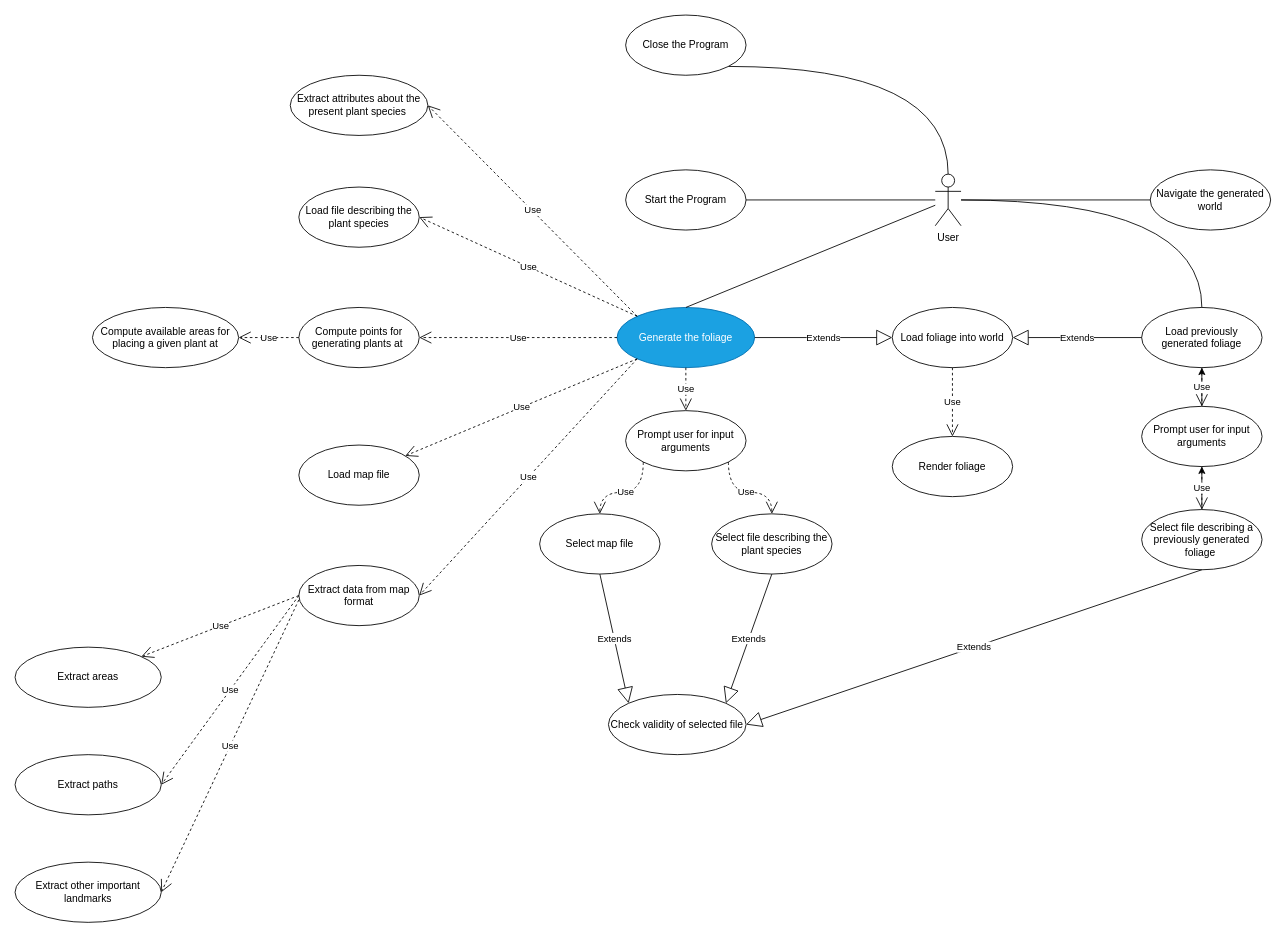
Before: diagrams/src/UseCaseDiagram.drawio in Ace-0f-Hearts/ProceduralFoliageGenerationDocumentation, a draw.io diagram. Source tidied: cells renumbered, new cells numbered last; positions are measured from the earlier drawing's top-left corner, leaving out a move shared by most shapes. Both pictures are drawn from the tidied source at 86%, with x=0, y=0 at pixel (15, 15).
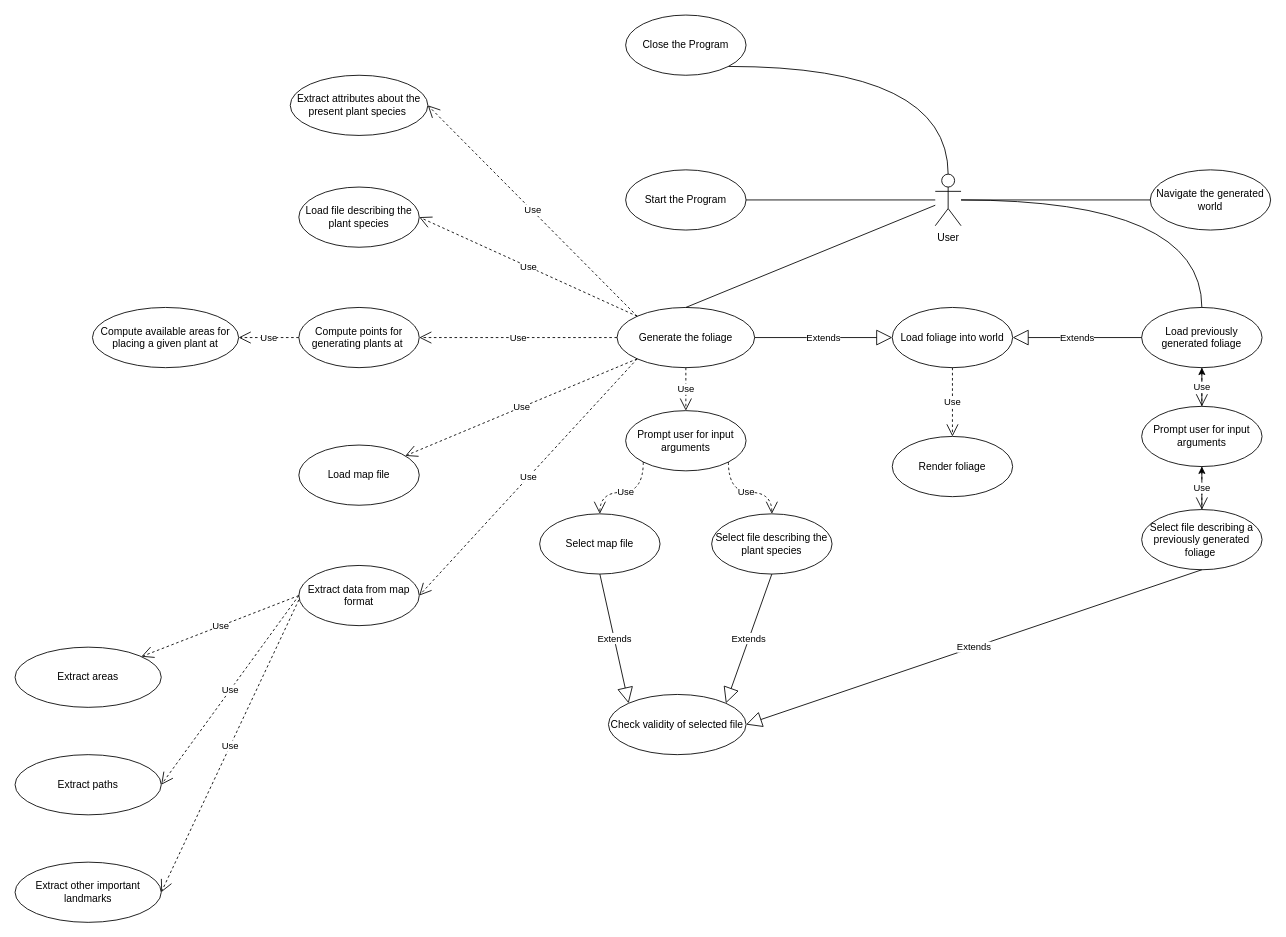
The same page after the edit.

Commit message (it also covers changes not shown here):
Fixes to styling of diagrams

Diff of the diagram source:
```diff
@@
-    <mxCell id="5" value="Generate the foliage" style="ellipse;whiteSpace=wrap;html=1;fillColor=#1ba1e2;fontColor=#ffffff;strokeColor=#006EAF;" parent="1" vertex="1">
+    <mxCell id="5" value="Generate the foliage" style="ellipse;whiteSpace=wrap;html=1;" parent="1" vertex="1">
       <mxGeometry x="700" y="340" width="160" height="70" as="geometry" />
     </mxCell>
```
